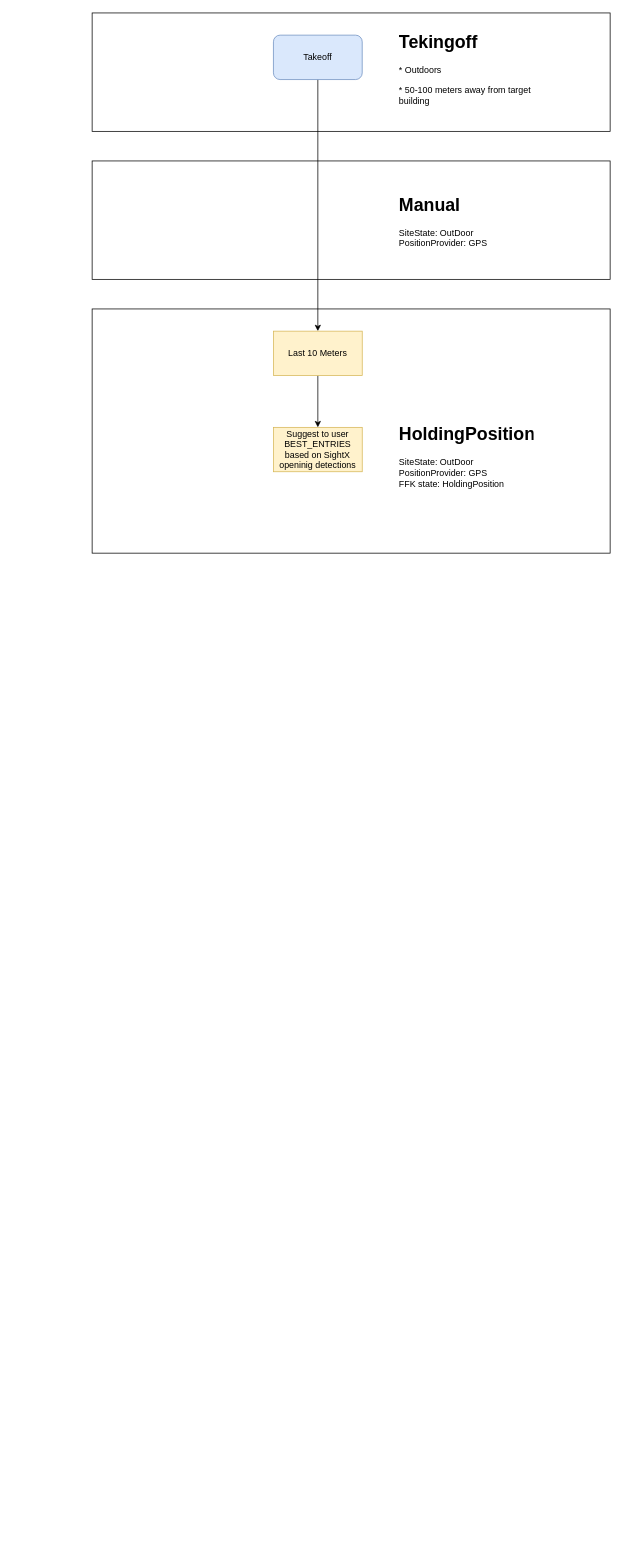
galbra92/galbra-rnd keeps this draw.io diagram as Takeoff ->PnG -> exploration flow.drawio. Above is the earlier version. Source tidied: cells renumbered, new cells numbered last; positions are measured from the earlier drawing's top-left corner, leaving out a move shared by most shapes. Both pictures are drawn from the tidied source at 74%, with x=0, y=0 at pixel (92, 13).
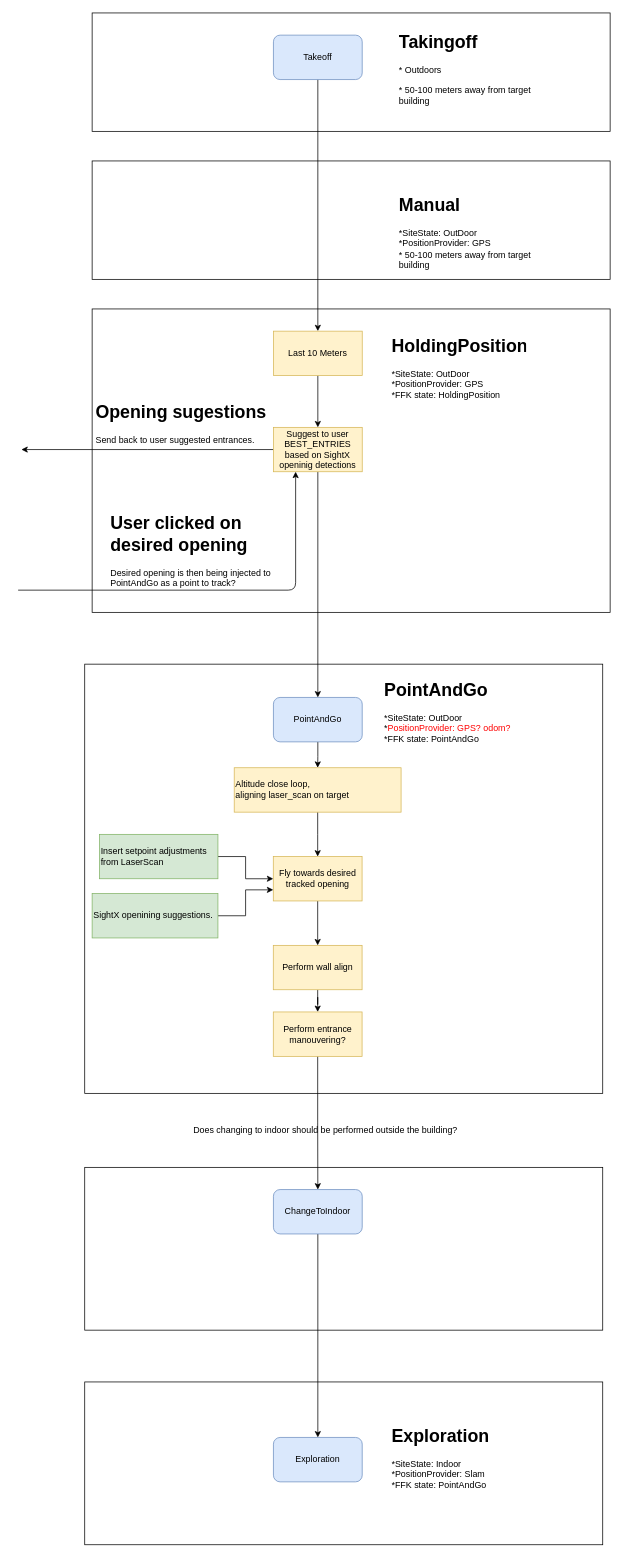
Above is the later version.

The edit, as a diff of the source:
```diff
@@
+    <mxCell id="13" style="rounded=0;whiteSpace=wrap;html=1;fillColor=none;" parent="1" vertex="1">
+      <mxGeometry x="-10" y="880" width="700" height="580" as="geometry" />
+    </mxCell>
+    <mxCell id="14" style="rounded=0;whiteSpace=wrap;html=1;fillColor=none;" parent="1" vertex="1">
+      <mxGeometry x="-10" y="1850" width="700" height="220" as="geometry" />
+    </mxCell>
+    <mxCell id="15" style="rounded=0;whiteSpace=wrap;html=1;fillColor=none;" parent="1" vertex="1">
+      <mxGeometry x="-10" y="1560" width="700" height="220" as="geometry" />
+    </mxCell>
+    <mxCell id="12" style="rounded=0;whiteSpace=wrap;html=1;fillColor=none;" parent="1" vertex="1">
+      <mxGeometry y="200" width="700" height="160" as="geometry" />
+    </mxCell>
+    <mxCell id="11" style="rounded=0;whiteSpace=wrap;html=1;fillColor=none;" parent="1" vertex="1">
+      <mxGeometry width="700" height="160" as="geometry" />
+    </mxCell>
     <mxCell id="2" style="rounded=0;whiteSpace=wrap;html=1;fillColor=none;" parent="1" vertex="1">
-      <mxGeometry y="400" width="700" height="330" as="geometry" />
+      <mxGeometry y="400" width="700" height="410" as="geometry" />
     </mxCell>
@@
-    <mxCell id="5" value="&lt;h1&gt;Tekingoff&lt;/h1&gt;&lt;p&gt;* Outdoors&lt;/p&gt;&lt;p&gt;* 50-100 meters away from target building&lt;/p&gt;" style="text;html=1;strokeColor=none;fillColor=none;spacing=5;spacingTop=-20;whiteSpace=wrap;overflow=hidden;rounded=0;" parent="1" vertex="1">
+    <mxCell id="5" value="&lt;h1&gt;Takingoff&lt;/h1&gt;&lt;p&gt;* Outdoors&lt;/p&gt;&lt;p&gt;* 50-100 meters away from target building&lt;/p&gt;" style="text;html=1;strokeColor=none;fillColor=none;spacing=5;spacingTop=-20;whiteSpace=wrap;overflow=hidden;rounded=0;" parent="1" vertex="1">
       <mxGeometry x="410" y="20" width="190" height="120" as="geometry" />
     </mxCell>
@@
-    <mxCell id="8" value="Suggest to user BEST_ENTRIES based on SightX openinig detections" style="whiteSpace=wrap;html=1;rounded=0;fillColor=#fff2cc;strokeColor=#d6b656;" parent="1" vertex="1">
-      <mxGeometry x="245" y="560" width="120" height="60" as="geometry" />
-    </mxCell>
+    <mxCell id="16" style="edgeStyle=orthogonalEdgeStyle;rounded=0;jettySize=auto;html=1;" parent="1" edge="1" source="8">
+      <mxGeometry relative="1" as="geometry">
+        <mxPoint x="-95.6" y="590" as="targetPoint" />
+      </mxGeometry>
+    </mxCell>
-    <mxCell id="9" value="&lt;h1&gt;HoldingPosition&lt;/h1&gt;&lt;p&gt;&lt;span&gt;SiteState: OutDoor&lt;/span&gt;&lt;br&gt;&lt;span&gt;PositionProvider: GPS&lt;/span&gt;&lt;br&gt;&lt;span&gt;FFK state: HoldingPosition&lt;/span&gt;&lt;br&gt;&lt;/p&gt;" style="text;html=1;strokeColor=none;fillColor=none;spacing=5;spacingTop=-20;whiteSpace=wrap;overflow=hidden;rounded=0;" parent="1" vertex="1">
-      <mxGeometry x="410" y="550" width="190" height="120" as="geometry" />
+    <mxCell id="9" value="&lt;h1&gt;HoldingPosition&lt;/h1&gt;&lt;p&gt;&lt;span&gt;*SiteState: OutDoor&lt;/span&gt;&lt;br&gt;&lt;span&gt;*PositionProvider: GPS&lt;/span&gt;&lt;br&gt;&lt;span&gt;*FFK state: HoldingPosition&lt;/span&gt;&lt;br&gt;&lt;/p&gt;" style="text;html=1;strokeColor=none;fillColor=none;spacing=5;spacingTop=-20;whiteSpace=wrap;overflow=hidden;rounded=0;" parent="1" vertex="1">
+      <mxGeometry x="400" y="430" width="190" height="120" as="geometry" />
     </mxCell>
-    <mxCell id="10" value="&lt;h1&gt;Manual&lt;/h1&gt;&lt;p&gt;&lt;span&gt;SiteState: OutDoor&lt;/span&gt;&lt;br&gt;&lt;span&gt;PositionProvider: GPS&lt;/span&gt;&lt;br&gt;&lt;br&gt;&lt;/p&gt;" style="text;html=1;strokeColor=none;fillColor=none;spacing=5;spacingTop=-20;whiteSpace=wrap;overflow=hidden;rounded=0;" parent="1" vertex="1">
+    <mxCell id="10" value="&lt;h1&gt;Manual&lt;/h1&gt;&lt;p&gt;&lt;span&gt;*SiteState: OutDoor&lt;/span&gt;&lt;br&gt;&lt;span&gt;*PositionProvider: GPS&lt;br&gt;&lt;/span&gt;&lt;span&gt;* 50-100 meters away from target building&lt;/span&gt;&lt;/p&gt;" style="text;html=1;strokeColor=none;fillColor=none;spacing=5;spacingTop=-20;whiteSpace=wrap;overflow=hidden;rounded=0;" parent="1" vertex="1">
       <mxGeometry x="410" y="240" width="190" height="120" as="geometry" />
     </mxCell>
-    <mxCell id="11" style="rounded=0;whiteSpace=wrap;html=1;fillColor=none;" parent="1" vertex="1">
-      <mxGeometry width="700" height="160" as="geometry" />
-    </mxCell>
-    <mxCell id="12" style="rounded=0;whiteSpace=wrap;html=1;fillColor=none;" parent="1" vertex="1">
-      <mxGeometry y="200" width="700" height="160" as="geometry" />
-    </mxCell>
+    <mxCell id="17" value="&lt;h1&gt;&lt;span style=&quot;font-size: 24px&quot;&gt;Opening sugestions&lt;/span&gt;&lt;/h1&gt;&lt;div&gt;Send back to user suggested entrances.&lt;/div&gt;&lt;div&gt;&lt;br&gt;&lt;/div&gt;" style="text;html=1;strokeColor=none;fillColor=none;spacing=5;spacingTop=-20;whiteSpace=wrap;overflow=hidden;rounded=0;" parent="1" vertex="1">
+      <mxGeometry y="520" width="240" height="70" as="geometry" />
+    </mxCell>
+    <mxCell id="18" style="edgeStyle=orthogonalEdgeStyle;rounded=0;jettySize=auto;html=1;" parent="1" edge="1" source="8" target="20">
+      <mxGeometry relative="1" as="geometry" />
+    </mxCell>
+    <mxCell id="8" value="Suggest to user BEST_ENTRIES based on SightX openinig detections" style="whiteSpace=wrap;html=1;rounded=0;fillColor=#fff2cc;strokeColor=#d6b656;" parent="1" vertex="1">
+      <mxGeometry x="245" y="560" width="120" height="60" as="geometry" />
+    </mxCell>
+    <mxCell id="19" style="edgeStyle=orthogonalEdgeStyle;rounded=0;jettySize=auto;html=1;exitX=0.5;exitY=1;exitDx=0;exitDy=0;" parent="1" edge="1" source="20" target="29">
+      <mxGeometry relative="1" as="geometry" />
+    </mxCell>
+    <mxCell id="20" value="PointAndGo" style="whiteSpace=wrap;html=1;rounded=1;strokeColor=#6c8ebf;fillColor=#dae8fc;" parent="1" vertex="1">
+      <mxGeometry x="245" y="925" width="120" height="60" as="geometry" />
+    </mxCell>
+    <mxCell id="21" value="&lt;h1&gt;PointAndGo&lt;/h1&gt;&lt;p&gt;*SiteState: OutDoor&lt;br&gt;*&lt;font color=&quot;#ff0000&quot;&gt;PositionProvider: GPS? odom?&lt;/font&gt;&lt;br&gt;*FFK state: PointAndGo&lt;br&gt;&lt;/p&gt;" style="text;html=1;strokeColor=none;fillColor=none;spacing=5;spacingTop=-20;whiteSpace=wrap;overflow=hidden;rounded=0;" parent="1" vertex="1">
+      <mxGeometry x="390" y="895" width="190" height="105" as="geometry" />
+    </mxCell>
+    <mxCell id="22" style="endArrow=classic;html=1;entryX=0.25;entryY=1;entryDx=0;entryDy=0;" parent="1" edge="1" target="8">
+      <mxGeometry relative="1" as="geometry">
+        <mxPoint x="-100" y="780" as="sourcePoint" />
+        <Array as="points">
+          <mxPoint x="275" y="780" />
+        </Array>
+      </mxGeometry>
+    </mxCell>
+    <mxCell id="23" value="&lt;h1&gt;&lt;span style=&quot;font-size: 24px&quot;&gt;User clicked on desired opening&lt;/span&gt;&lt;/h1&gt;&lt;div&gt;Desired opening is then being injected to PointAndGo as a point to track?&lt;/div&gt;&lt;div&gt;&lt;br&gt;&lt;/div&gt;" style="text;html=1;strokeColor=none;fillColor=none;spacing=5;spacingTop=-20;whiteSpace=wrap;overflow=hidden;rounded=0;" parent="1" vertex="1">
+      <mxGeometry x="20" y="670" width="240" height="110" as="geometry" />
+    </mxCell>
+    <mxCell id="24" style="edgeStyle=orthogonalEdgeStyle;rounded=0;jettySize=auto;html=1;" parent="1" edge="1" source="27" target="26">
+      <mxGeometry relative="1" as="geometry" />
+    </mxCell>
+    <mxCell id="25" style="edgeStyle=orthogonalEdgeStyle;rounded=0;jettySize=auto;html=1;align=left;" parent="1" edge="1" source="26" target="40">
+      <mxGeometry relative="1" as="geometry" />
+    </mxCell>
+    <mxCell id="26" value="Fly towards desired tracked opening" style="whiteSpace=wrap;html=1;rounded=0;fillColor=#fff2cc;strokeColor=#d6b656;" parent="1" vertex="1">
+      <mxGeometry x="244.8" y="1140" width="120" height="60" as="geometry" />
+    </mxCell>
+    <mxCell id="27" value="Insert setpoint adjustments from LaserScan&amp;nbsp;" style="whiteSpace=wrap;html=1;rounded=0;fillColor=#d5e8d4;strokeColor=#82b366;align=left;" parent="1" vertex="1">
+      <mxGeometry x="10" y="1110" width="160" height="60" as="geometry" />
+    </mxCell>
+    <mxCell id="28" style="edgeStyle=orthogonalEdgeStyle;rounded=0;jettySize=auto;html=1;" parent="1" edge="1" source="29" target="26">
+      <mxGeometry relative="1" as="geometry" />
+    </mxCell>
+    <mxCell id="29" value="Altitude close loop,&lt;br&gt;aligning laser_scan on target" style="whiteSpace=wrap;html=1;rounded=0;fillColor=#fff2cc;strokeColor=#d6b656;align=left;" parent="1" vertex="1">
+      <mxGeometry x="192" y="1020" width="225.5" height="60" as="geometry" />
+    </mxCell>
+    <mxCell id="30" style="edgeStyle=orthogonalEdgeStyle;rounded=0;jettySize=auto;html=1;entryX=0;entryY=0.75;entryDx=0;entryDy=0;" parent="1" edge="1" source="31" target="26">
+      <mxGeometry relative="1" as="geometry" />
+    </mxCell>
+    <mxCell id="31" value="SightX openining suggestions." style="whiteSpace=wrap;html=1;rounded=0;fillColor=#d5e8d4;strokeColor=#82b366;align=left;" parent="1" vertex="1">
+      <mxGeometry y="1190" width="170" height="60" as="geometry" />
+    </mxCell>
+    <mxCell id="32" style="edgeStyle=orthogonalEdgeStyle;rounded=0;jettySize=auto;html=1;align=left;" parent="1" edge="1" source="33" target="35">
+      <mxGeometry relative="1" as="geometry" />
+    </mxCell>
+    <mxCell id="33" value="Perform entrance manouvering?" style="whiteSpace=wrap;html=1;rounded=0;fillColor=#fff2cc;strokeColor=#d6b656;" parent="1" vertex="1">
+      <mxGeometry x="244.8" y="1350" width="120" height="60" as="geometry" />
+    </mxCell>
+    <mxCell id="34" style="edgeStyle=orthogonalEdgeStyle;rounded=0;jettySize=auto;html=1;align=left;" parent="1" edge="1" source="35" target="37">
+      <mxGeometry relative="1" as="geometry" />
+    </mxCell>
+    <mxCell id="35" value="ChangeToIndoor" style="whiteSpace=wrap;html=1;rounded=1;strokeColor=#6c8ebf;fillColor=#dae8fc;" parent="1" vertex="1">
+      <mxGeometry x="245" y="1590" width="120" height="60" as="geometry" />
+    </mxCell>
+    <mxCell id="36" value="Does changing to indoor should be performed outside the building?" style="text;html=1;align=center;verticalAlign=middle;strokeColor=none;" parent="1" vertex="1">
+      <mxGeometry x="130" y="1500" width="370" height="20" as="geometry" />
+    </mxCell>
+    <mxCell id="37" value="Exploration" style="whiteSpace=wrap;html=1;rounded=1;strokeColor=#6c8ebf;fillColor=#dae8fc;" parent="1" vertex="1">
+      <mxGeometry x="245" y="1925" width="120" height="60" as="geometry" />
+    </mxCell>
+    <mxCell id="38" value="&lt;h1&gt;Exploration&lt;/h1&gt;&lt;p&gt;&lt;span&gt;*SiteState: Indoor&lt;/span&gt;&lt;br&gt;&lt;span&gt;*PositionProvider: Slam&lt;/span&gt;&lt;br&gt;&lt;span&gt;*FFK state: PointAndGo&lt;/span&gt;&lt;br&gt;&lt;/p&gt;" style="text;html=1;strokeColor=none;fillColor=none;spacing=5;spacingTop=-20;whiteSpace=wrap;overflow=hidden;rounded=0;" parent="1" vertex="1">
+      <mxGeometry x="400" y="1902.5" width="190" height="105" as="geometry" />
+    </mxCell>
+    <mxCell id="39" style="edgeStyle=orthogonalEdgeStyle;rounded=0;jettySize=auto;html=1;align=left;" parent="1" edge="1" source="40" target="33">
+      <mxGeometry relative="1" as="geometry" />
+    </mxCell>
+    <mxCell id="40" value="Perform wall align" style="whiteSpace=wrap;html=1;rounded=0;fillColor=#fff2cc;strokeColor=#d6b656;" parent="1" vertex="1">
+      <mxGeometry x="244.8" y="1260" width="120" height="60" as="geometry" />
+    </mxCell>
```
